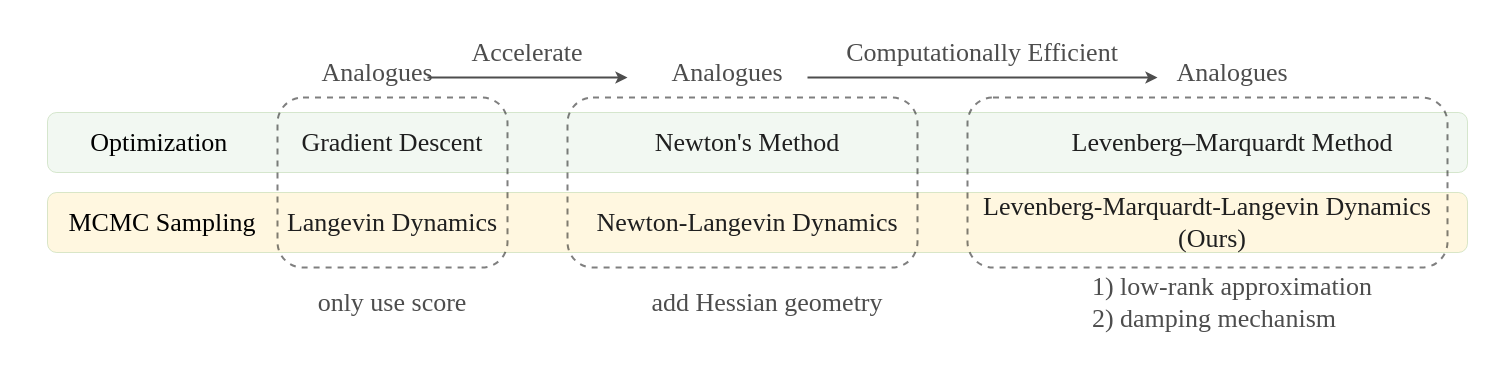
The draw.io diagram newton_algos.drawio in zituitui/drawio, before the edit. Source tidied: cells renumbered, new cells numbered last; positions are measured from the earlier drawing's top-left corner, leaving out a move shared by most shapes. Both pictures are drawn from the tidied source at 100%, with x=0, y=0 at pixel (17, 17).
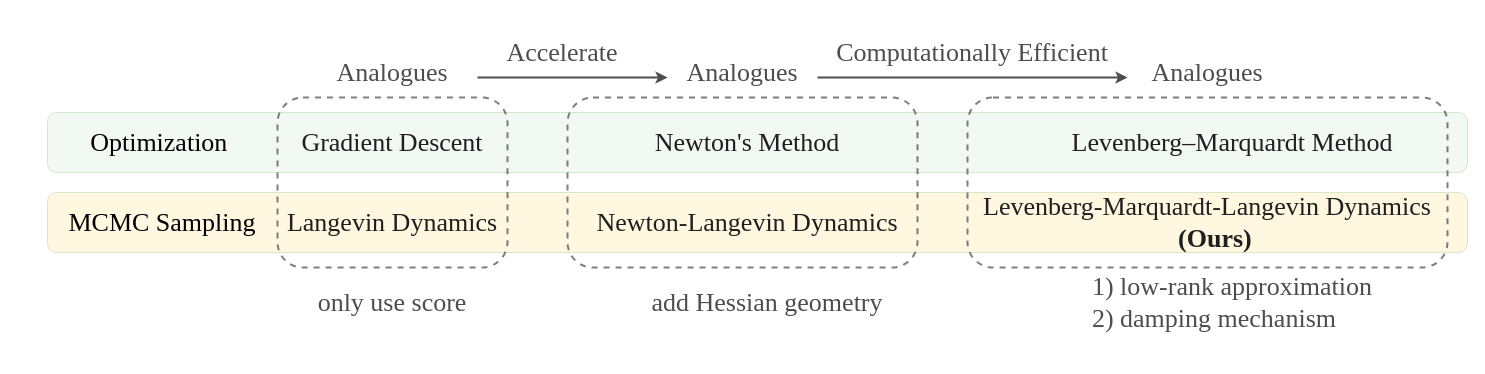
The same page after the edit.

Change to the diagram source:
```diff
@@
     <mxCell id="5" value="&lt;div style=&quot;text-align: left; font-size: 26px;&quot;&gt;&lt;font color=&quot;#4d4d4d&quot; style=&quot;font-size: 26px;&quot;&gt;Analogues&lt;/font&gt;&lt;br style=&quot;font-size: 26px;&quot;&gt;&lt;/div&gt;" style="rounded=1;whiteSpace=wrap;html=1;fillColor=none;strokeColor=none;opacity=30;gradientColor=none;fontFamily=Times New Roman;fontSize=26;" parent="1" vertex="1">
-      <mxGeometry x="210" width="300" height="110" as="geometry" />
+      <mxGeometry x="225" width="300" height="110" as="geometry" />
     </mxCell>
     <mxCell id="6" value="&lt;div style=&quot;text-align: left; font-size: 26px;&quot;&gt;&lt;span style=&quot;color: rgb(77, 77, 77); font-size: 26px;&quot;&gt;Analogues&lt;/span&gt;&lt;br style=&quot;font-size: 26px;&quot;&gt;&lt;/div&gt;" style="rounded=1;whiteSpace=wrap;html=1;fillColor=none;strokeColor=none;opacity=30;gradientColor=none;fontFamily=Times New Roman;fontSize=26;" parent="1" vertex="1">
-      <mxGeometry x="560" width="300" height="110" as="geometry" />
+      <mxGeometry x="575" width="300" height="110" as="geometry" />
     </mxCell>
     <mxCell id="7" value="&lt;div style=&quot;text-align: left; font-size: 26px;&quot;&gt;&lt;span style=&quot;color: rgb(77, 77, 77); font-size: 26px;&quot;&gt;Analogues&lt;/span&gt;&lt;br style=&quot;font-size: 26px;&quot;&gt;&lt;/div&gt;" style="rounded=1;whiteSpace=wrap;html=1;fillColor=none;strokeColor=none;opacity=30;gradientColor=none;fontFamily=Times New Roman;fontSize=26;" parent="1" vertex="1">
-      <mxGeometry x="1065" width="300" height="110" as="geometry" />
+      <mxGeometry x="1040" width="300" height="110" as="geometry" />
     </mxCell>
     <mxCell id="8" style="endArrow=classic;html=1;rounded=0;strokeWidth=2;strokeColor=#4D4D4D;" parent="1" edge="1">
       <mxGeometry relative="1" as="geometry">
-        <mxPoint x="410" y="60" as="sourcePoint" />
-        <mxPoint x="610" y="60" as="targetPoint" />
+        <mxPoint x="460" y="60" as="sourcePoint" />
+        <mxPoint x="650" y="60" as="targetPoint" />
       </mxGeometry>
     </mxCell>
     <mxCell id="9" style="endArrow=classic;html=1;rounded=0;strokeWidth=2;strokeColor=#4D4D4D;" parent="1" edge="1">
       <mxGeometry relative="1" as="geometry">
-        <mxPoint x="790" y="60" as="sourcePoint" />
-        <mxPoint x="1140" y="60" as="targetPoint" />
+        <mxPoint x="800" y="60" as="sourcePoint" />
+        <mxPoint x="1110" y="60" as="targetPoint" />
       </mxGeometry>
     </mxCell>
     <mxCell id="10" value="&lt;font color=&quot;#4d4d4d&quot; style=&quot;font-size: 26px;&quot;&gt;Accelerate&lt;/font&gt;" style="text;html=1;align=center;verticalAlign=middle;whiteSpace=wrap;rounded=0;fontFamily=Times New Roman;fontSize=26;" parent="1" vertex="1">
-      <mxGeometry x="480" y="20" width="60" height="30" as="geometry" />
+      <mxGeometry x="515" y="20" width="60" height="30" as="geometry" />
     </mxCell>
     <mxCell id="11" value="&lt;font color=&quot;#4d4d4d&quot; style=&quot;font-size: 26px;&quot;&gt;Computationally Efficient&lt;/font&gt;" style="text;html=1;align=center;verticalAlign=middle;whiteSpace=wrap;rounded=0;fontFamily=Times New Roman;fontSize=26;" parent="1" vertex="1">
-      <mxGeometry x="810" y="20" width="310" height="30" as="geometry" />
+      <mxGeometry x="800" y="20" width="310" height="30" as="geometry" />
     </mxCell>
@@
-    <mxCell id="24" value="&lt;div style=&quot;text-align: left;&quot;&gt;&lt;font style=&quot;&quot;&gt;&lt;span style=&quot;background-color: initial; text-align: center;&quot;&gt;&lt;font color=&quot;#1f1f1f&quot;&gt;Levenberg-Marquardt-Langevin&lt;/font&gt;&lt;/span&gt;&lt;span style=&quot;font-size: 26px;&quot;&gt;&lt;span style=&quot;background-color: initial; font-size: 26px;&quot;&gt;&lt;font style=&quot;font-size: 26px;&quot; color=&quot;#1f1f1f&quot;&gt;&amp;nbsp;Dynamics&lt;/font&gt;&lt;/span&gt;&lt;/span&gt;&lt;/font&gt;&lt;/div&gt;&lt;div style=&quot;text-align: left; font-size: 26px;&quot;&gt;&lt;span style=&quot;background-color: initial; font-size: 26px;&quot;&gt;&lt;font style=&quot;font-size: 26px;&quot; color=&quot;#1f1f1f&quot;&gt;&lt;span style=&quot;font-size: 26px;&quot;&gt;&amp;nbsp; &amp;nbsp; &amp;nbsp; &amp;nbsp; &amp;nbsp; &amp;nbsp; &amp;nbsp; &amp;nbsp; &amp;nbsp; &amp;nbsp; &amp;nbsp; &amp;nbsp; &amp;nbsp; &amp;nbsp; &amp;nbsp;&amp;nbsp;&lt;/span&gt;(Ours)&lt;/font&gt;&lt;/span&gt;&lt;/div&gt;" style="rounded=1;whiteSpace=wrap;html=1;fillColor=none;strokeColor=none;opacity=30;gradientColor=none;fontStyle=0;fontFamily=Times New Roman;fontSize=26;" parent="1" vertex="1">
+    <mxCell id="24" value="&lt;div style=&quot;text-align: left;&quot;&gt;&lt;font style=&quot;&quot;&gt;&lt;span style=&quot;background-color: initial; text-align: center;&quot;&gt;&lt;font color=&quot;#1f1f1f&quot;&gt;Levenberg-Marquardt-Langevin&lt;/font&gt;&lt;/span&gt;&lt;span style=&quot;font-size: 26px;&quot;&gt;&lt;span style=&quot;background-color: initial; font-size: 26px;&quot;&gt;&lt;font style=&quot;font-size: 26px;&quot; color=&quot;#1f1f1f&quot;&gt;&amp;nbsp;Dynamics&lt;/font&gt;&lt;/span&gt;&lt;/span&gt;&lt;/font&gt;&lt;/div&gt;&lt;div style=&quot;text-align: left; font-size: 26px;&quot;&gt;&lt;span style=&quot;background-color: initial; font-size: 26px;&quot;&gt;&lt;font style=&quot;font-size: 26px;&quot; color=&quot;#1f1f1f&quot;&gt;&lt;span style=&quot;font-size: 26px;&quot;&gt;&amp;nbsp; &amp;nbsp; &amp;nbsp; &amp;nbsp; &amp;nbsp; &amp;nbsp; &amp;nbsp; &amp;nbsp; &amp;nbsp; &amp;nbsp; &amp;nbsp; &amp;nbsp; &amp;nbsp; &amp;nbsp; &amp;nbsp;&lt;b&gt;&amp;nbsp;&lt;/b&gt;&lt;/span&gt;&lt;b&gt;(Ours)&lt;/b&gt;&lt;/font&gt;&lt;/span&gt;&lt;/div&gt;" style="rounded=1;whiteSpace=wrap;html=1;fillColor=none;strokeColor=none;opacity=30;gradientColor=none;fontStyle=0;fontFamily=Times New Roman;fontSize=26;" parent="1" vertex="1">
       <mxGeometry x="961.2" y="150" width="457.5" height="110" as="geometry" />
     </mxCell>
```
